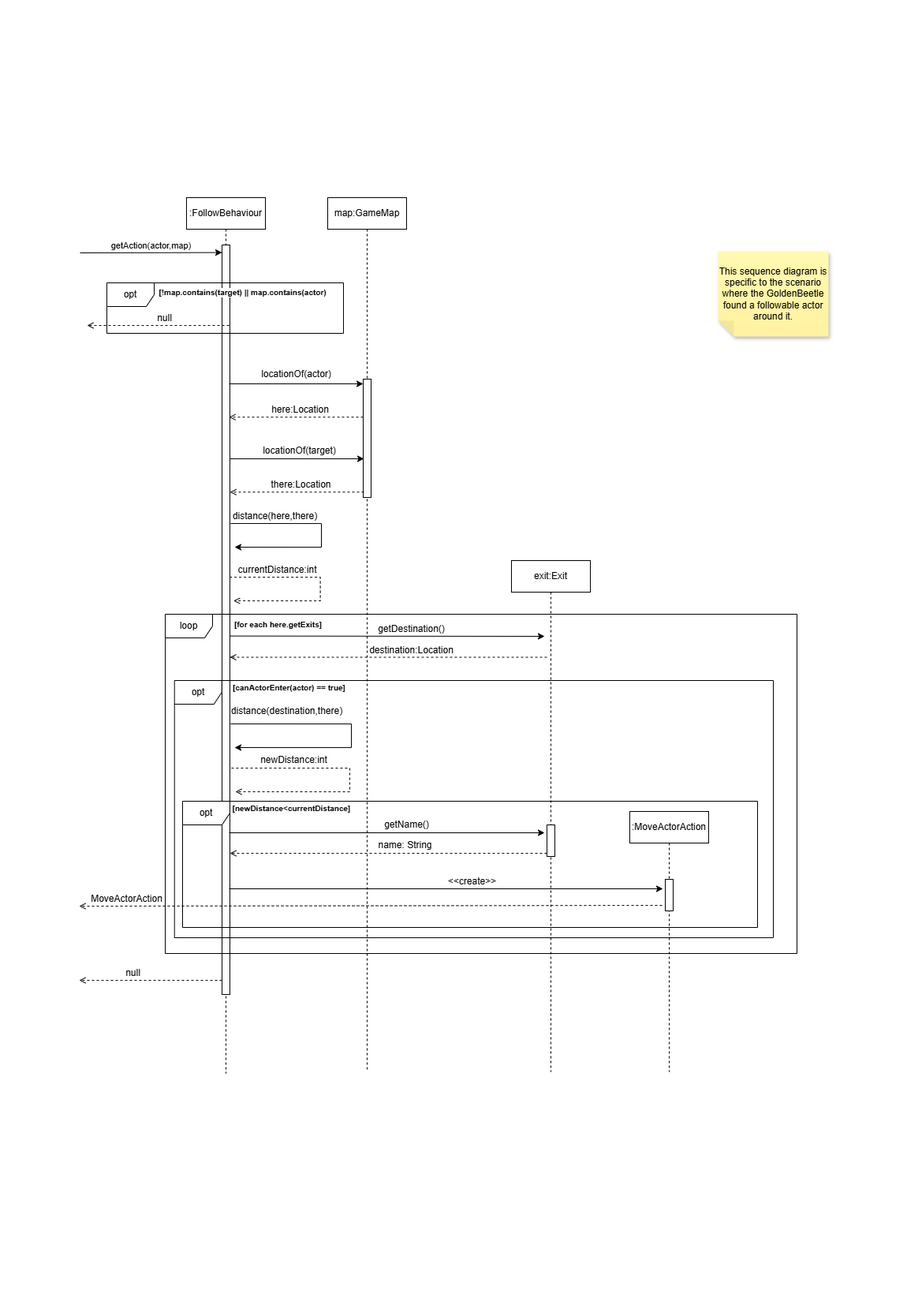
This is docs/design/assignment2/Req2/A2_REQ2_Sequence Diagram.png from karmay-ong/Elden_Ring_Game, a draw.io export, as it was before one commit. Source tidied: cells renumbered, new cells last; positions are measured from the earlier drawing's top-left corner, leaving out a move shared by most shapes.
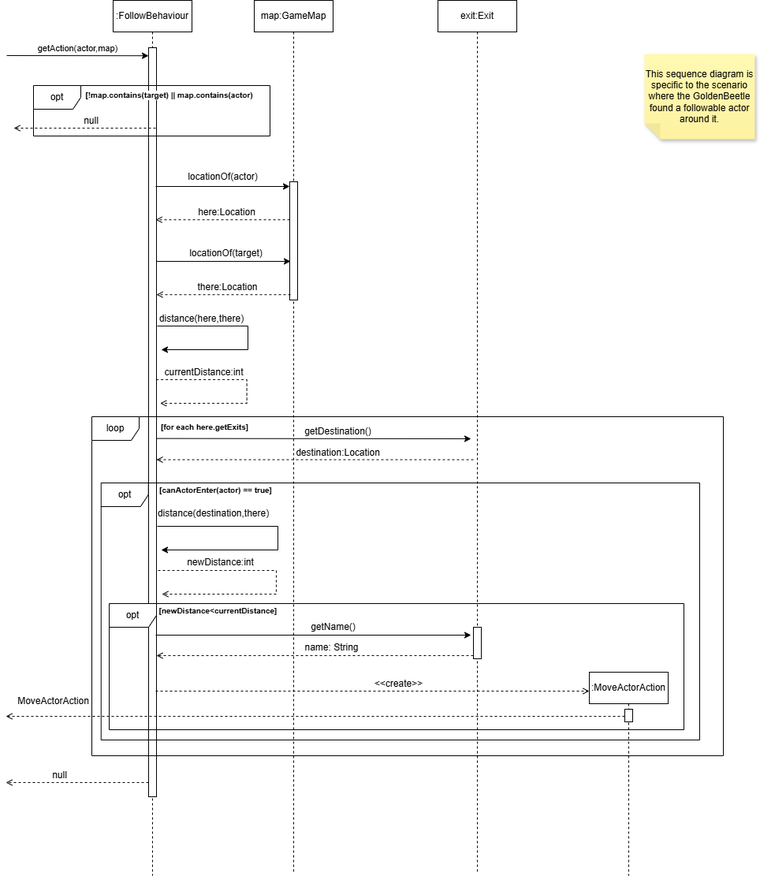
After the commit.

What changed in the source:
```diff
@@ -84,7 +84,7 @@
       <mxGeometry x="187" y="526" width="130" height="30" as="geometry" />
     </mxCell>
     <mxCell id="22" value="exit:Exit" style="shape=umlLifeline;perimeter=lifelinePerimeter;whiteSpace=wrap;html=1;newEdgeStyle={&quot;edgeStyle&quot;:&quot;elbowEdgeStyle&quot;,&quot;elbow&quot;:&quot;vertical&quot;,&quot;curved&quot;:0,&quot;rounded&quot;:0};" parent="1" vertex="1">
-      <mxGeometry x="548" y="460" width="100" height="648" as="geometry" />
+      <mxGeometry x="548" width="100" height="1108" as="geometry" />
     </mxCell>
     <mxCell id="23" style="endArrow=classic;html=1;rounded=0;exitX=0.03;exitY=0.987;exitDx=0;exitDy=0;exitPerimeter=0;endFill=1;" parent="1" edge="1" source="21">
       <mxGeometry relative="1" as="geometry">
@@ -123,12 +123,12 @@
       <mxGeometry x="184" y="759" width="170" height="30" as="geometry" />
     </mxCell>
     <mxCell id="32" value=":MoveActorAction" style="shape=umlLifeline;perimeter=lifelinePerimeter;whiteSpace=wrap;html=1;newEdgeStyle={&quot;edgeStyle&quot;:&quot;elbowEdgeStyle&quot;,&quot;elbow&quot;:&quot;vertical&quot;,&quot;curved&quot;:0,&quot;rounded&quot;:0};" parent="1" vertex="1">
-      <mxGeometry x="698" y="778" width="100" height="330" as="geometry" />
+      <mxGeometry x="740" y="852" width="100" height="258" as="geometry" />
     </mxCell>
     <mxCell id="33" style="html=1;points=[];perimeter=orthogonalPerimeter;outlineConnect=0;targetShapes=umlLifeline;portConstraint=eastwest;newEdgeStyle={&quot;edgeStyle&quot;:&quot;elbowEdgeStyle&quot;,&quot;elbow&quot;:&quot;vertical&quot;,&quot;curved&quot;:0,&quot;rounded&quot;:0};" parent="32" vertex="1">
-      <mxGeometry x="45" y="86" width="10" height="40" as="geometry" />
+      <mxGeometry x="45" y="47" width="10" height="16" as="geometry" />
     </mxCell>
-    <mxCell id="34" style="endArrow=classic;html=1;rounded=0;" parent="1" edge="1">
+    <mxCell id="34" style="endArrow=open;html=1;rounded=0;dashed=1;endFill=0;" parent="1" edge="1">
       <mxGeometry relative="1" as="geometry">
         <mxPoint x="190" y="876" as="sourcePoint" />
         <mxPoint x="740" y="876" as="targetPoint" />
@@ -184,10 +184,9 @@
     <mxCell id="46" value="This sequence diagram is specific to the scenario where the GoldenBeetle found a followable actor around it." style="shape=note;whiteSpace=wrap;html=1;backgroundOutline=1;fontColor=#000000;darkOpacity=0.05;fillColor=#FFF9B2;strokeColor=none;fillStyle=solid;direction=west;gradientDirection=north;gradientColor=#FFF2A1;shadow=1;size=20;" parent="1" vertex="1">
       <mxGeometry x="810" y="68" width="140" height="108" as="geometry" />
     </mxCell>
-    <mxCell id="47" style="endArrow=open;html=1;rounded=0;dashed=1;endFill=0;" parent="1" edge="1">
+    <mxCell id="47" style="endArrow=open;html=1;rounded=0;dashed=1;endFill=0;" parent="1" edge="1" source="33">
       <mxGeometry relative="1" as="geometry">
-        <mxPoint x="739" y="897" as="sourcePoint" />
-        <mxPoint y="898" as="targetPoint" />
+        <mxPoint y="908" as="targetPoint" />
       </mxGeometry>
     </mxCell>
     <mxCell id="48" value="MoveActorAction" style="text;html=1;align=center;verticalAlign=middle;strokeColor=none;fillColor=none;" parent="1" vertex="1">
```
